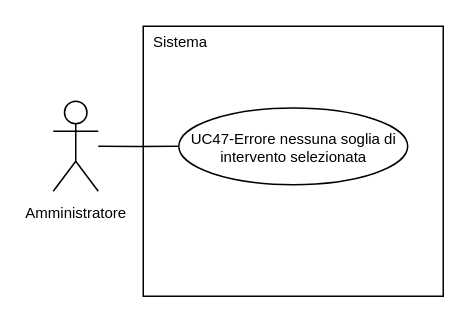
Before: 2-RTB/Documenti_esterni/Analisi_dei_requisiti/draw.io/UC48.drawio in SnakeByteTeam/snakebyteteam.github.io, a draw.io diagram. Source tidied: cells renumbered, new cells numbered last; positions are measured from the earlier drawing's top-left corner, leaving out a move shared by most shapes. Both pictures are drawn from the tidied source at 150%, with x=0, y=0 at pixel (52, 26).
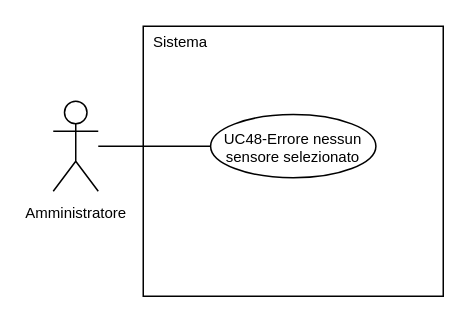
The same page after the edit.

What changed in the source:
```diff
@@
 <mxGraphModel>
   <root>
     <mxCell id="0" />
     <mxCell id="1" parent="0" />
     <mxCell id="2" value="&lt;span style=&quot;font-size: 10px;&quot;&gt;Amministratore&lt;/span&gt;" style="shape=umlActor;verticalLabelPosition=bottom;verticalAlign=top;html=1;outlineConnect=0;" parent="1" vertex="1">
       <mxGeometry y="50" width="30" height="60" as="geometry" />
     </mxCell>
     <mxCell id="3" style="rounded=0;whiteSpace=wrap;html=1;" parent="1" vertex="1">
       <mxGeometry x="60" width="200" height="180" as="geometry" />
     </mxCell>
     <mxCell id="4" style="edgeStyle=orthogonalEdgeStyle;rounded=0;jettySize=auto;html=1;exitX=0;exitY=0.5;exitDx=0;exitDy=0;endArrow=none;endFill=0;" parent="1" edge="1" source="5" target="2">
       <mxGeometry relative="1" as="geometry" />
     </mxCell>
-    <mxCell id="5" value="&lt;div style=&quot;line-height: 100%;&quot;&gt;&lt;font style=&quot;line-height: 100%; font-size: 10px;&quot;&gt;UC47-Errore nessuna soglia di intervento selezionata&lt;br&gt;&lt;/font&gt;&lt;/div&gt;" style="ellipse;whiteSpace=wrap;html=1;" parent="1" vertex="1">
-      <mxGeometry x="83.7" y="54.5" width="152.6" height="51.1" as="geometry" />
+    <mxCell id="5" value="&lt;div style=&quot;line-height: 100%;&quot;&gt;&lt;font style=&quot;line-height: 100%; font-size: 10px;&quot;&gt;UC48-Errore nessun sensore selezionato&lt;/font&gt;&lt;/div&gt;" style="ellipse;whiteSpace=wrap;html=1;" parent="1" vertex="1">
+      <mxGeometry x="104.9" y="58.9" width="110.2" height="42.1" as="geometry" />
     </mxCell>
     <mxCell id="6" value="&lt;font style=&quot;font-size: 10px;&quot;&gt;Sistema&lt;/font&gt;" style="text;html=1;whiteSpace=wrap;strokeColor=none;fillColor=none;align=center;verticalAlign=middle;rounded=0;" parent="1" vertex="1">
       <mxGeometry x="60" width="50" height="20" as="geometry" />
     </mxCell>
   </root>
 </mxGraphModel>
```
